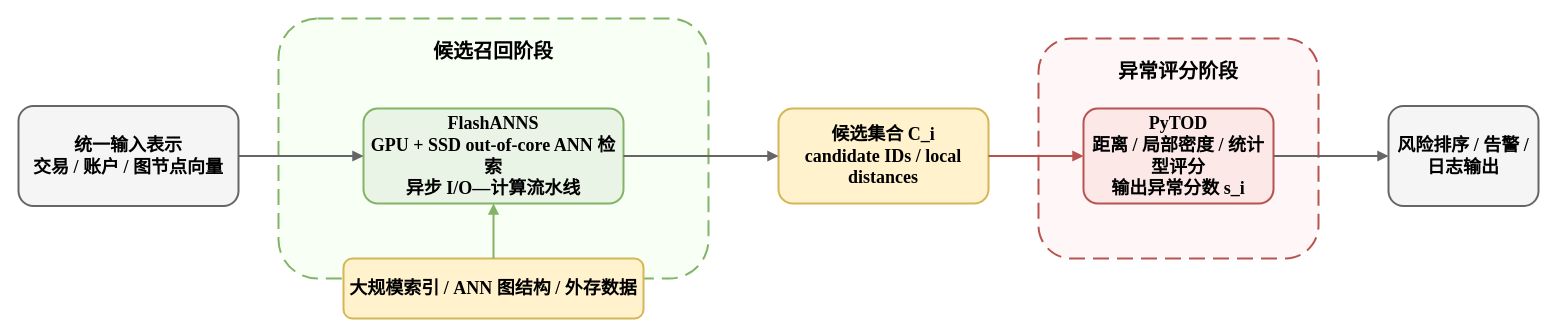
Earlier version of the draw.io diagram figures/fig2-4_FlashANNS_position_v3_FIXED.drawio (HuangEven/latex-template). Source tidied: cells renumbered, new cells numbered last; positions are measured from the earlier drawing's top-left corner, leaving out a move shared by most shapes. Both pictures are drawn from the tidied source at 100%, with x=0, y=0 at pixel (18, 18).
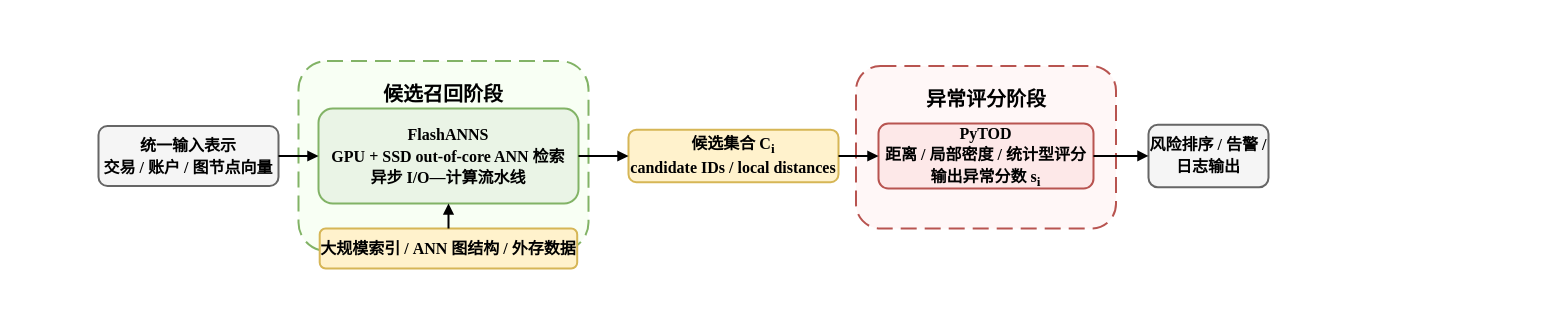
Above is the later version.

Change to the diagram source:
```diff
@@
 <mxGraphModel>
   <root>
     <mxCell id="0" />
     <mxCell id="1" parent="0" />
     <mxCell id="2" value="候选召回阶段" style="rounded=1;whiteSpace=wrap;html=1;fontSize=20;fontStyle=1;fontFamily=Times New Roman;align=center;verticalAlign=top;spacingTop=14;strokeWidth=2;dashed=1;dashPattern=8 4;fillColor=#F8FFF4;strokeColor=#82B366;" parent="1" vertex="1">
-      <mxGeometry x="260" width="430" height="260" as="geometry" />
+      <mxGeometry x="280" y="42.5" width="290" height="190" as="geometry" />
     </mxCell>
     <mxCell id="3" value="异常评分阶段" style="rounded=1;whiteSpace=wrap;html=1;fontSize=20;fontStyle=1;fontFamily=Times New Roman;align=center;verticalAlign=top;spacingTop=14;strokeWidth=2;dashed=1;dashPattern=8 4;fillColor=#FFF7F7;strokeColor=#B85450;" parent="1" vertex="1">
-      <mxGeometry x="1020" y="20" width="280" height="220" as="geometry" />
+      <mxGeometry x="837.5" y="47.5" width="260" height="162.5" as="geometry" />
     </mxCell>
-    <mxCell id="4" value="统一输入表示&lt;br&gt;交易 / 账户 / 图节点向量" style="rounded=1;whiteSpace=wrap;html=1;fontSize=18;fontFamily=Times New Roman;align=center;verticalAlign=middle;strokeWidth=2;fillColor=#F5F5F5;strokeColor=#666666;fontStyle=1;" parent="1" vertex="1">
-      <mxGeometry y="87.5" width="220" height="100" as="geometry" />
+    <mxCell id="4" value="&lt;font style=&quot;font-size: 16px;&quot;&gt;统一输入表示&lt;br&gt;&lt;/font&gt;&lt;font style=&quot;font-size: 16px;&quot;&gt;交易 / 账户 / 图节点向量&lt;/font&gt;" style="rounded=1;whiteSpace=wrap;html=1;fontSize=18;fontFamily=Times New Roman;align=center;verticalAlign=middle;strokeWidth=2;fillColor=#F5F5F5;strokeColor=#666666;fontStyle=1;" parent="1" vertex="1">
+      <mxGeometry x="80" y="107.5" width="180" height="60" as="geometry" />
     </mxCell>
-    <mxCell id="5" value="FlashANNS&lt;br&gt;GPU + SSD out-of-core ANN 检索&lt;br&gt;异步 I/O—计算流水线" style="rounded=1;whiteSpace=wrap;html=1;fontSize=18;fontFamily=Times New Roman;align=center;verticalAlign=middle;strokeWidth=2;fillColor=#EAF4E6;strokeColor=#82B366;fontStyle=1;" parent="1" vertex="1">
-      <mxGeometry x="345" y="90" width="260" height="95" as="geometry" />
+    <mxCell id="5" value="&lt;font style=&quot;font-size: 16px;&quot;&gt;FlashANNS&lt;br&gt;GPU + SSD out-of-core ANN 检索&lt;br&gt;异步 I/O—计算流水线&lt;/font&gt;" style="rounded=1;whiteSpace=wrap;html=1;fontSize=18;fontFamily=Times New Roman;align=center;verticalAlign=middle;strokeWidth=2;fillColor=#EAF4E6;strokeColor=#82B366;fontStyle=1;" parent="1" vertex="1">
+      <mxGeometry x="300" y="90" width="260" height="95" as="geometry" />
     </mxCell>
-    <mxCell id="6" value="大规模索引 / ANN 图结构 / 外存数据" style="rounded=1;whiteSpace=wrap;html=1;fontSize=18;fontFamily=Times New Roman;align=center;verticalAlign=middle;strokeWidth=2;fillColor=#FFF2CC;strokeColor=#D6B656;fontStyle=1;" parent="1" vertex="1">
-      <mxGeometry x="325" y="240" width="300" height="60" as="geometry" />
+    <mxCell id="6" value="&lt;font style=&quot;font-size: 16px;&quot;&gt;大规模索引 / ANN 图结构 / 外存数据&lt;/font&gt;" style="rounded=1;whiteSpace=wrap;html=1;fontSize=18;fontFamily=Times New Roman;align=center;verticalAlign=middle;strokeWidth=2;fillColor=#FFF2CC;strokeColor=#D6B656;fontStyle=1;" parent="1" vertex="1">
+      <mxGeometry x="301.2" y="210" width="257.5" height="40" as="geometry" />
     </mxCell>
-    <mxCell id="7" value="候选集合 C_i&lt;br&gt;candidate IDs / local distances" style="rounded=1;whiteSpace=wrap;html=1;fontSize=18;fontFamily=Times New Roman;align=center;verticalAlign=middle;strokeWidth=2;fillColor=#FFF2CC;strokeColor=#D6B656;fontStyle=1;" parent="1" vertex="1">
-      <mxGeometry x="760" y="90" width="210" height="95" as="geometry" />
+    <mxCell id="7" value="&lt;font style=&quot;font-size: 16px;&quot;&gt;候选集合 C&lt;sub&gt;i&lt;/sub&gt;&lt;br&gt;candidate IDs / local distances&lt;/font&gt;" style="rounded=1;whiteSpace=wrap;html=1;fontSize=18;fontFamily=Times New Roman;align=center;verticalAlign=middle;strokeWidth=2;fillColor=#FFF2CC;strokeColor=#D6B656;fontStyle=1;" parent="1" vertex="1">
+      <mxGeometry x="610" y="111.2" width="210" height="52.5" as="geometry" />
     </mxCell>
-    <mxCell id="8" value="PyTOD&lt;br&gt;距离 / 局部密度 / 统计型评分&lt;br&gt;输出异常分数 s_i" style="rounded=1;whiteSpace=wrap;html=1;fontSize=18;fontFamily=Times New Roman;align=center;verticalAlign=middle;strokeWidth=2;fillColor=#FDE8E8;strokeColor=#B85450;fontStyle=1;" parent="1" vertex="1">
-      <mxGeometry x="1065" y="90" width="190" height="95" as="geometry" />
+    <mxCell id="8" value="&lt;font style=&quot;font-size: 16px;&quot;&gt;PyTOD&lt;br&gt;距离 / 局部密度 / 统计型评分&lt;br&gt;输出异常分数 s&lt;sub&gt;i&lt;/sub&gt;&lt;/font&gt;" style="rounded=1;whiteSpace=wrap;html=1;fontSize=18;fontFamily=Times New Roman;align=center;verticalAlign=middle;strokeWidth=2;fillColor=#FDE8E8;strokeColor=#B85450;fontStyle=1;" parent="1" vertex="1">
+      <mxGeometry x="860" y="105" width="215" height="65" as="geometry" />
     </mxCell>
-    <mxCell id="9" value="风险排序 / 告警 / 日志输出" style="rounded=1;whiteSpace=wrap;html=1;fontSize=18;fontFamily=Times New Roman;align=center;verticalAlign=middle;strokeWidth=2;fillColor=#F5F5F5;strokeColor=#666666;fontStyle=1;" parent="1" vertex="1">
-      <mxGeometry x="1370" y="87.5" width="150" height="100" as="geometry" />
+    <mxCell id="9" value="&lt;font style=&quot;font-size: 16px;&quot;&gt;风险排序 / 告警 / 日志输出&lt;/font&gt;" style="rounded=1;whiteSpace=wrap;html=1;fontSize=18;fontFamily=Times New Roman;align=center;verticalAlign=middle;strokeWidth=2;fillColor=#F5F5F5;strokeColor=#666666;fontStyle=1;" parent="1" vertex="1">
+      <mxGeometry x="1130" y="106.2" width="120" height="62.5" as="geometry" />
     </mxCell>
-    <mxCell id="10" style="edgeStyle=orthogonalEdgeStyle;rounded=0;jettySize=auto;html=1;endArrow=block;endFill=1;strokeWidth=2;strokeColor=#666666;" parent="1" edge="1" source="4" target="5">
+    <mxCell id="10" style="edgeStyle=orthogonalEdgeStyle;rounded=0;jettySize=auto;html=1;endArrow=block;endFill=1;strokeWidth=2;strokeColor=#000000;fontFamily=Times New Roman;" parent="1" edge="1" source="4" target="5">
       <mxGeometry relative="1" as="geometry" />
     </mxCell>
-    <mxCell id="11" style="edgeStyle=orthogonalEdgeStyle;rounded=0;jettySize=auto;html=1;endArrow=block;endFill=1;strokeWidth=2;strokeColor=#82B366;" parent="1" edge="1" source="6" target="5">
+    <mxCell id="11" style="edgeStyle=orthogonalEdgeStyle;rounded=0;jettySize=auto;html=1;endArrow=block;endFill=1;strokeWidth=2;strokeColor=#000000;fontFamily=Times New Roman;" parent="1" edge="1" source="6" target="5">
       <mxGeometry relative="1" as="geometry" />
     </mxCell>
-    <mxCell id="12" style="edgeStyle=orthogonalEdgeStyle;rounded=0;jettySize=auto;html=1;endArrow=block;endFill=1;strokeWidth=2;strokeColor=#666666;" parent="1" edge="1" source="5" target="7">
+    <mxCell id="12" style="edgeStyle=orthogonalEdgeStyle;rounded=0;jettySize=auto;html=1;endArrow=block;endFill=1;strokeWidth=2;strokeColor=#000000;fontFamily=Times New Roman;" parent="1" edge="1" source="5" target="7">
       <mxGeometry relative="1" as="geometry" />
     </mxCell>
-    <mxCell id="13" style="edgeStyle=orthogonalEdgeStyle;rounded=0;jettySize=auto;html=1;endArrow=block;endFill=1;strokeWidth=2;strokeColor=#B85450;" parent="1" edge="1" source="7" target="8">
+    <mxCell id="13" style="edgeStyle=orthogonalEdgeStyle;rounded=0;jettySize=auto;html=1;endArrow=block;endFill=1;strokeWidth=2;strokeColor=#000000;fontFamily=Times New Roman;" parent="1" edge="1" source="7" target="8">
       <mxGeometry relative="1" as="geometry" />
     </mxCell>
-    <mxCell id="14" style="edgeStyle=orthogonalEdgeStyle;rounded=0;jettySize=auto;html=1;endArrow=block;endFill=1;strokeWidth=2;strokeColor=#666666;entryX=0;entryY=0.5;entryDx=0;entryDy=0;" parent="1" edge="1" source="8" target="9">
+    <mxCell id="14" style="edgeStyle=orthogonalEdgeStyle;rounded=0;jettySize=auto;html=1;endArrow=block;endFill=1;strokeWidth=2;strokeColor=#000000;entryX=0;entryY=0.5;entryDx=0;entryDy=0;fontFamily=Times New Roman;" parent="1" edge="1" source="8" target="9">
       <mxGeometry relative="1" as="geometry" />
     </mxCell>
   </root>
 </mxGraphModel>
```
